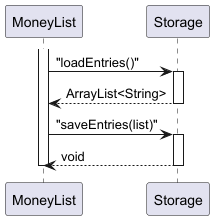
This is docs/diagrams/Storage_Seq.png from EdwinTun98/tp, a PlantUML export, as it was before one commit.
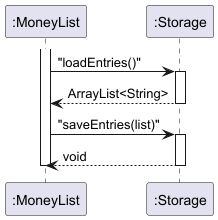
After the commit.

The edit, as a diff of the source:
```diff
@@ -1,6 +1,6 @@
 @startuml Storage_Sequence_Corrected
-participant MoneyList
-participant Storage
+participant MoneyList as ":MoneyList"
+participant Storage as ":Storage"
 
 activate MoneyList
 MoneyList -> Storage : "loadEntries()"
```
